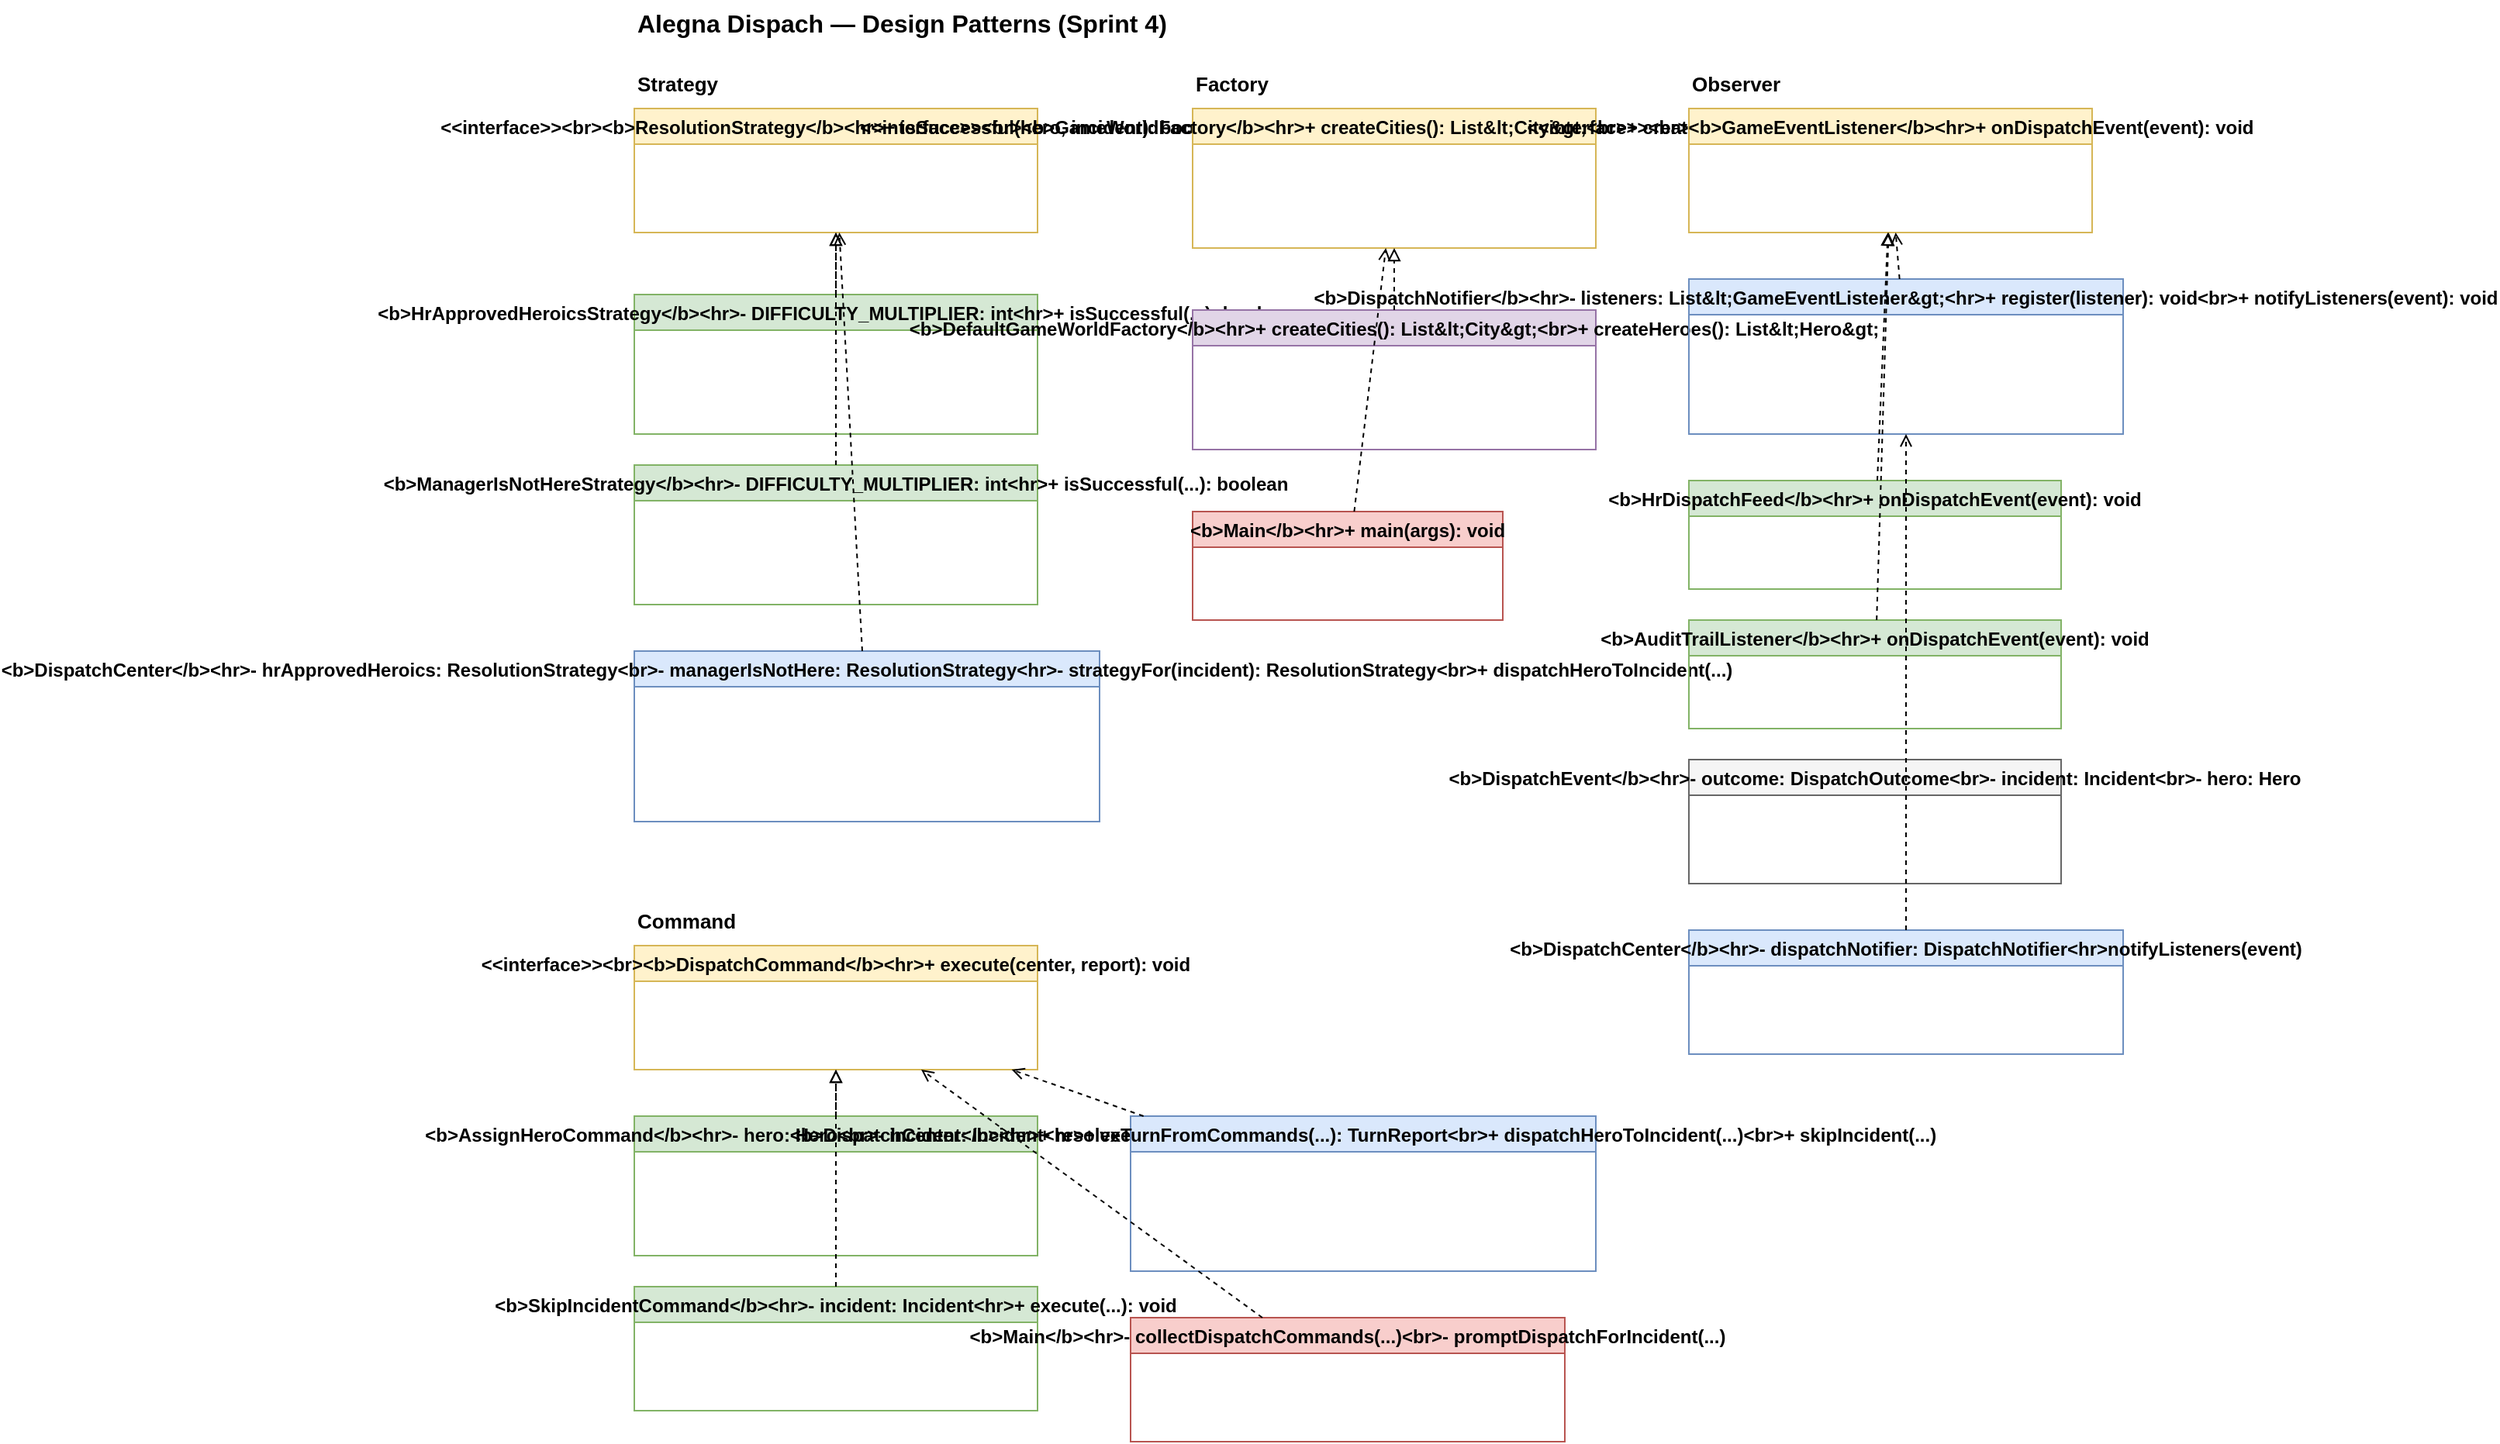
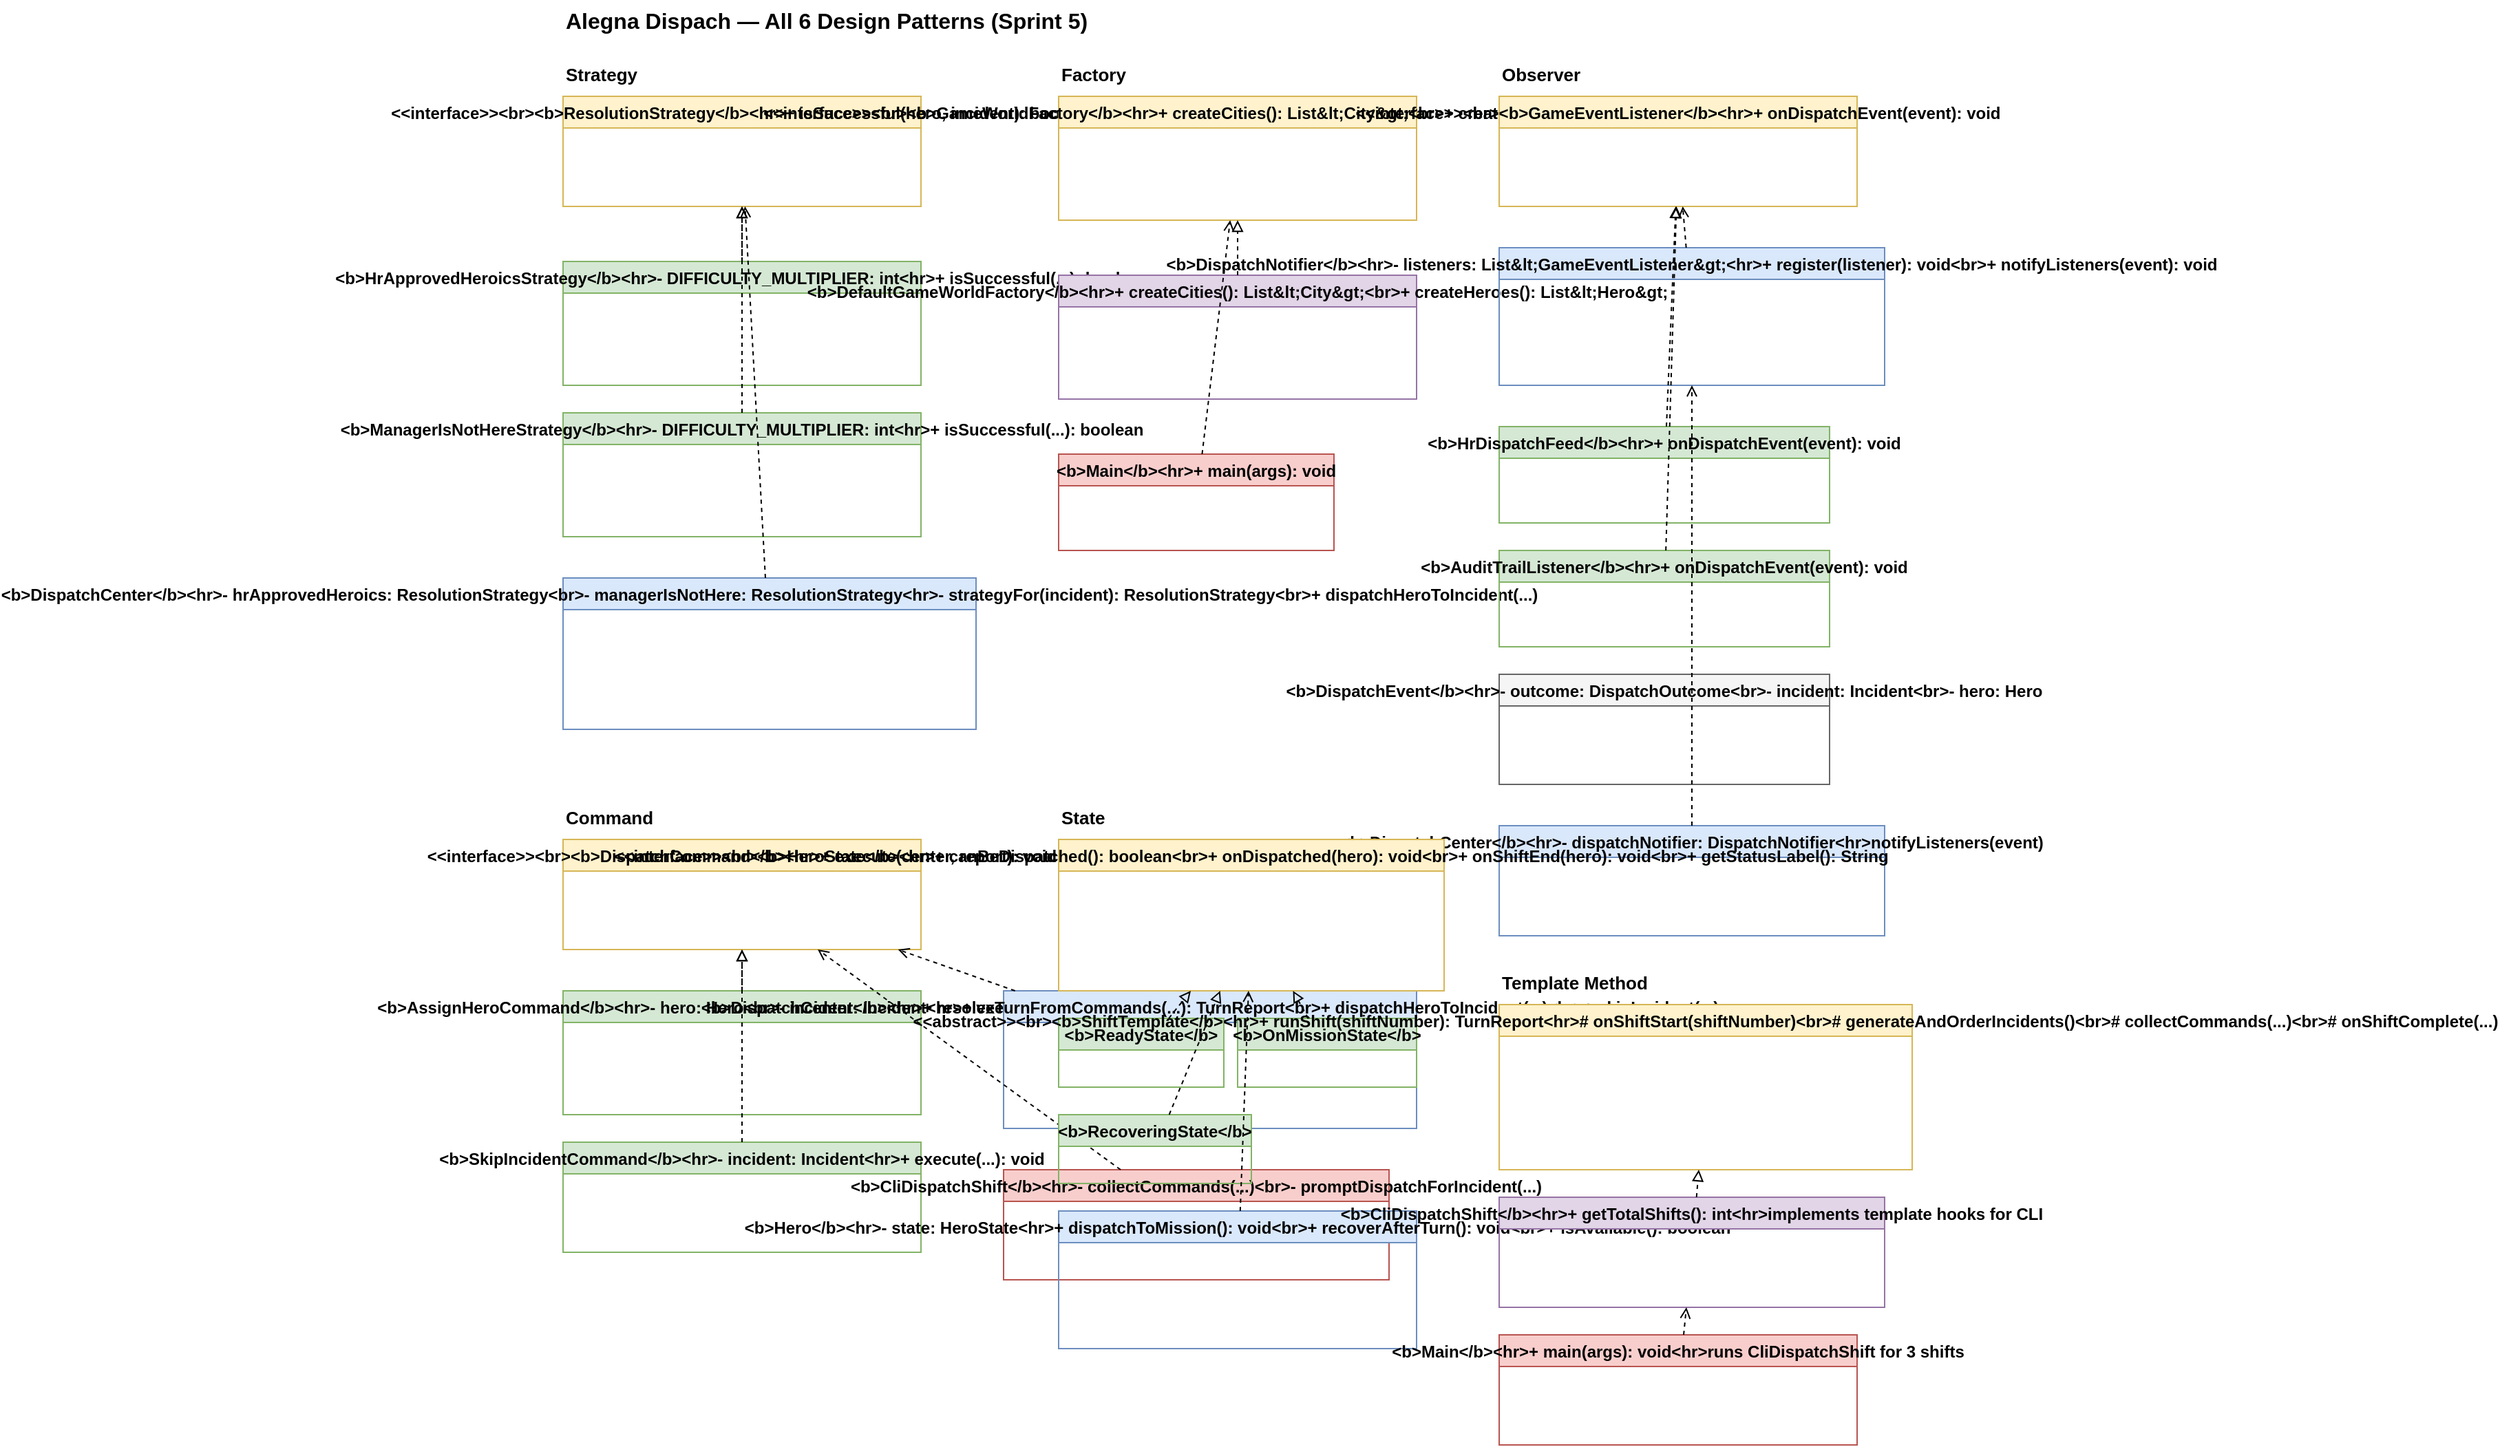
<mxfile host="app.diagrams.net" modified="2026-05-26T17:00:00.000Z" agent="Cursor" version="22.1.0" type="device">
-   <diagram id="all-patterns" name="Design-Patterns-Sprint4">
-     <mxGraphModel dx="1400" dy="900" grid="1" gridSize="10" guides="1" tooltips="1" connect="1" arrows="1" fold="1" page="1" pageScale="1" pageWidth="1400" pageHeight="1100" math="0" shadow="0">
+   <diagram id="all-patterns" name="Design-Patterns-Sprint5-Final">
+     <mxGraphModel dx="1400" dy="900" grid="1" gridSize="10" guides="1" tooltips="1" connect="1" arrows="1" fold="1" page="1" pageScale="1" pageWidth="1400" pageHeight="1400" math="0" shadow="0">
      <root>
        <mxCell id="0"/>
        <mxCell id="1" parent="0"/>

-         <mxCell id="title" value="Alegna Dispach — Design Patterns (Sprint 4)" style="text;html=1;strokeColor=none;fillColor=none;align=left;verticalAlign=middle;fontSize=16;fontStyle=1" vertex="1" parent="1">
+         <mxCell id="title" value="Alegna Dispach — All 6 Design Patterns (Sprint 5)" style="text;html=1;strokeColor=none;fillColor=none;align=left;verticalAlign=middle;fontSize=16;fontStyle=1" vertex="1" parent="1">
          <mxGeometry x="40" y="20" width="500" height="30" as="geometry"/>
        </mxCell>

        <!-- Strategy -->
        <mxCell id="lblS" value="Strategy" style="text;html=1;fontStyle=1;fontSize=13" vertex="1" parent="1">
          <mxGeometry x="40" y="60" width="120" height="24" as="geometry"/>
        </mxCell>
        <mxCell id="RS" value="&lt;&lt;interface&gt;&gt;&lt;br&gt;&lt;b&gt;ResolutionStrategy&lt;/b&gt;&lt;hr&gt;+ isSuccessful(hero, incident): boolean" style="swimlane;fillColor=#fff2cc;strokeColor=#d6b656;" vertex="1" parent="1">
          <mxGeometry x="40" y="90" width="260" height="80" as="geometry"/>
        </mxCell>
        <mxCell id="HR" value="&lt;b&gt;HrApprovedHeroicsStrategy&lt;/b&gt;&lt;hr&gt;- DIFFICULTY_MULTIPLIER: int&lt;hr&gt;+ isSuccessful(...): boolean" style="swimlane;fillColor=#d5e8d4;strokeColor=#82b366;" vertex="1" parent="1">
          <mxGeometry x="40" y="210" width="260" height="90" as="geometry"/>
        </mxCell>
        <mxCell id="MN" value="&lt;b&gt;ManagerIsNotHereStrategy&lt;/b&gt;&lt;hr&gt;- DIFFICULTY_MULTIPLIER: int&lt;hr&gt;+ isSuccessful(...): boolean" style="swimlane;fillColor=#d5e8d4;strokeColor=#82b366;" vertex="1" parent="1">
          <mxGeometry x="40" y="320" width="260" height="90" as="geometry"/>
        </mxCell>
        <mxCell id="DCs" value="&lt;b&gt;DispatchCenter&lt;/b&gt;&lt;hr&gt;- hrApprovedHeroics: ResolutionStrategy&lt;br&gt;- managerIsNotHere: ResolutionStrategy&lt;hr&gt;- strategyFor(incident): ResolutionStrategy&lt;br&gt;+ dispatchHeroToIncident(...)" style="swimlane;fillColor=#dae8fc;strokeColor=#6c8ebf;" vertex="1" parent="1">
          <mxGeometry x="40" y="440" width="300" height="110" as="geometry"/>
        </mxCell>
        <mxCell id="eHR" style="endArrow=block;endFill=0;dashed=1;" edge="1" parent="1" source="HR" target="RS"><mxGeometry relative="1" as="geometry"/></mxCell>
        <mxCell id="eMN" style="endArrow=block;endFill=0;dashed=1;" edge="1" parent="1" source="MN" target="RS"><mxGeometry relative="1" as="geometry"/></mxCell>
        <mxCell id="eDCs" style="endArrow=open;dashed=1;" edge="1" parent="1" source="DCs" target="RS"><mxGeometry relative="1" as="geometry"/></mxCell>

        <!-- Factory -->
        <mxCell id="lblF" value="Factory" style="text;html=1;fontStyle=1;fontSize=13" vertex="1" parent="1">
          <mxGeometry x="400" y="60" width="120" height="24" as="geometry"/>
        </mxCell>
        <mxCell id="GWF" value="&lt;&lt;interface&gt;&gt;&lt;br&gt;&lt;b&gt;GameWorldFactory&lt;/b&gt;&lt;hr&gt;+ createCities(): List&amp;lt;City&amp;gt;&lt;br&gt;+ createHeroes(): List&amp;lt;Hero&amp;gt;" style="swimlane;fillColor=#fff2cc;strokeColor=#d6b656;" vertex="1" parent="1">
          <mxGeometry x="400" y="90" width="260" height="90" as="geometry"/>
        </mxCell>
        <mxCell id="DGW" value="&lt;b&gt;DefaultGameWorldFactory&lt;/b&gt;&lt;hr&gt;+ createCities(): List&amp;lt;City&amp;gt;&lt;br&gt;+ createHeroes(): List&amp;lt;Hero&amp;gt;" style="swimlane;fillColor=#e1d5e7;strokeColor=#9673a6;" vertex="1" parent="1">
          <mxGeometry x="400" y="220" width="260" height="90" as="geometry"/>
        </mxCell>
        <mxCell id="MainF" value="&lt;b&gt;Main&lt;/b&gt;&lt;hr&gt;+ main(args): void" style="swimlane;fillColor=#f8cecc;strokeColor=#b85450;" vertex="1" parent="1">
          <mxGeometry x="400" y="350" width="200" height="70" as="geometry"/>
        </mxCell>
        <mxCell id="eDGW" style="endArrow=block;endFill=0;dashed=1;" edge="1" parent="1" source="DGW" target="GWF"><mxGeometry relative="1" as="geometry"/></mxCell>
        <mxCell id="eMainF" style="endArrow=open;dashed=1;" edge="1" parent="1" source="MainF" target="GWF"><mxGeometry relative="1" as="geometry"/></mxCell>

        <!-- Observer -->
        <mxCell id="lblO" value="Observer" style="text;html=1;fontStyle=1;fontSize=13" vertex="1" parent="1">
          <mxGeometry x="720" y="60" width="120" height="24" as="geometry"/>
        </mxCell>
        <mxCell id="GEL" value="&lt;&lt;interface&gt;&gt;&lt;br&gt;&lt;b&gt;GameEventListener&lt;/b&gt;&lt;hr&gt;+ onDispatchEvent(event): void" style="swimlane;fillColor=#fff2cc;strokeColor=#d6b656;" vertex="1" parent="1">
          <mxGeometry x="720" y="90" width="260" height="80" as="geometry"/>
        </mxCell>
        <mxCell id="DN" value="&lt;b&gt;DispatchNotifier&lt;/b&gt;&lt;hr&gt;- listeners: List&amp;lt;GameEventListener&amp;gt;&lt;hr&gt;+ register(listener): void&lt;br&gt;+ notifyListeners(event): void" style="swimlane;fillColor=#dae8fc;strokeColor=#6c8ebf;" vertex="1" parent="1">
          <mxGeometry x="720" y="200" width="280" height="100" as="geometry"/>
        </mxCell>
        <mxCell id="HRF" value="&lt;b&gt;HrDispatchFeed&lt;/b&gt;&lt;hr&gt;+ onDispatchEvent(event): void" style="swimlane;fillColor=#d5e8d4;strokeColor=#82b366;" vertex="1" parent="1">
          <mxGeometry x="720" y="330" width="240" height="70" as="geometry"/>
        </mxCell>
        <mxCell id="ATL" value="&lt;b&gt;AuditTrailListener&lt;/b&gt;&lt;hr&gt;+ onDispatchEvent(event): void" style="swimlane;fillColor=#d5e8d4;strokeColor=#82b366;" vertex="1" parent="1">
          <mxGeometry x="720" y="420" width="240" height="70" as="geometry"/>
        </mxCell>
        <mxCell id="DE" value="&lt;b&gt;DispatchEvent&lt;/b&gt;&lt;hr&gt;- outcome: DispatchOutcome&lt;br&gt;- incident: Incident&lt;br&gt;- hero: Hero" style="swimlane;fillColor=#f5f5f5;strokeColor=#666666;" vertex="1" parent="1">
          <mxGeometry x="720" y="510" width="240" height="80" as="geometry"/>
        </mxCell>
        <mxCell id="DCo" value="&lt;b&gt;DispatchCenter&lt;/b&gt;&lt;hr&gt;- dispatchNotifier: DispatchNotifier&lt;hr&gt;notifyListeners(event)" style="swimlane;fillColor=#dae8fc;strokeColor=#6c8ebf;" vertex="1" parent="1">
          <mxGeometry x="720" y="620" width="280" height="80" as="geometry"/>
        </mxCell>
        <mxCell id="eHRF" style="endArrow=block;endFill=0;dashed=1;" edge="1" parent="1" source="HRF" target="GEL"><mxGeometry relative="1" as="geometry"/></mxCell>
        <mxCell id="eATL" style="endArrow=block;endFill=0;dashed=1;" edge="1" parent="1" source="ATL" target="GEL"><mxGeometry relative="1" as="geometry"/></mxCell>
        <mxCell id="eDN1" style="endArrow=open;dashed=1;" edge="1" parent="1" source="DN" target="GEL"><mxGeometry relative="1" as="geometry"/></mxCell>
        <mxCell id="eDCo" style="endArrow=open;dashed=1;" edge="1" parent="1" source="DCo" target="DN"><mxGeometry relative="1" as="geometry"/></mxCell>

        <!-- Command -->
        <mxCell id="lblC" value="Command" style="text;html=1;fontStyle=1;fontSize=13" vertex="1" parent="1">
          <mxGeometry x="40" y="600" width="120" height="24" as="geometry"/>
        </mxCell>
        <mxCell id="DCmd" value="&lt;&lt;interface&gt;&gt;&lt;br&gt;&lt;b&gt;DispatchCommand&lt;/b&gt;&lt;hr&gt;+ execute(center, report): void" style="swimlane;fillColor=#fff2cc;strokeColor=#d6b656;" vertex="1" parent="1">
          <mxGeometry x="40" y="630" width="260" height="80" as="geometry"/>
        </mxCell>
        <mxCell id="AHC" value="&lt;b&gt;AssignHeroCommand&lt;/b&gt;&lt;hr&gt;- hero: Hero&lt;br&gt;- incident: Incident&lt;hr&gt;+ execute(...): void" style="swimlane;fillColor=#d5e8d4;strokeColor=#82b366;" vertex="1" parent="1">
          <mxGeometry x="40" y="740" width="260" height="90" as="geometry"/>
        </mxCell>
        <mxCell id="SIC" value="&lt;b&gt;SkipIncidentCommand&lt;/b&gt;&lt;hr&gt;- incident: Incident&lt;hr&gt;+ execute(...): void" style="swimlane;fillColor=#d5e8d4;strokeColor=#82b366;" vertex="1" parent="1">
          <mxGeometry x="40" y="850" width="260" height="80" as="geometry"/>
        </mxCell>
        <mxCell id="DCc" value="&lt;b&gt;DispatchCenter&lt;/b&gt;&lt;hr&gt;+ resolveTurnFromCommands(...): TurnReport&lt;br&gt;+ dispatchHeroToIncident(...)&lt;br&gt;+ skipIncident(...)" style="swimlane;fillColor=#dae8fc;strokeColor=#6c8ebf;" vertex="1" parent="1">
          <mxGeometry x="360" y="740" width="300" height="100" as="geometry"/>
        </mxCell>
-         <mxCell id="MainC" value="&lt;b&gt;Main&lt;/b&gt;&lt;hr&gt;- collectDispatchCommands(...)&lt;br&gt;- promptDispatchForIncident(...)" style="swimlane;fillColor=#f8cecc;strokeColor=#b85450;" vertex="1" parent="1">
+         <mxCell id="MainC" value="&lt;b&gt;CliDispatchShift&lt;/b&gt;&lt;hr&gt;- collectCommands(...)&lt;br&gt;- promptDispatchForIncident(...)" style="swimlane;fillColor=#f8cecc;strokeColor=#b85450;" vertex="1" parent="1">
          <mxGeometry x="360" y="870" width="280" height="80" as="geometry"/>
        </mxCell>
        <mxCell id="eAHC" style="endArrow=block;endFill=0;dashed=1;" edge="1" parent="1" source="AHC" target="DCmd"><mxGeometry relative="1" as="geometry"/></mxCell>
        <mxCell id="eSIC" style="endArrow=block;endFill=0;dashed=1;" edge="1" parent="1" source="SIC" target="DCmd"><mxGeometry relative="1" as="geometry"/></mxCell>
        <mxCell id="eMainC" style="endArrow=open;dashed=1;" edge="1" parent="1" source="MainC" target="DCmd"><mxGeometry relative="1" as="geometry"/></mxCell>
        <mxCell id="eDCc" style="endArrow=open;dashed=1;" edge="1" parent="1" source="DCc" target="DCmd"><mxGeometry relative="1" as="geometry"/></mxCell>
+ 
+         <!-- State -->
+         <mxCell id="lblSt" value="State" style="text;html=1;fontStyle=1;fontSize=13" vertex="1" parent="1">
+           <mxGeometry x="400" y="600" width="120" height="24" as="geometry"/>
+         </mxCell>
+         <mxCell id="HS" value="&lt;&lt;interface&gt;&gt;&lt;br&gt;&lt;b&gt;HeroState&lt;/b&gt;&lt;hr&gt;+ canBeDispatched(): boolean&lt;br&gt;+ onDispatched(hero): void&lt;br&gt;+ onShiftEnd(hero): void&lt;br&gt;+ getStatusLabel(): String" style="swimlane;fillColor=#fff2cc;strokeColor=#d6b656;" vertex="1" parent="1">
+           <mxGeometry x="400" y="630" width="280" height="110" as="geometry"/>
+         </mxCell>
+         <mxCell id="RDY" value="&lt;b&gt;ReadyState&lt;/b&gt;" style="swimlane;fillColor=#d5e8d4;strokeColor=#82b366;" vertex="1" parent="1">
+           <mxGeometry x="400" y="760" width="120" height="50" as="geometry"/>
+         </mxCell>
+         <mxCell id="OMS" value="&lt;b&gt;OnMissionState&lt;/b&gt;" style="swimlane;fillColor=#d5e8d4;strokeColor=#82b366;" vertex="1" parent="1">
+           <mxGeometry x="530" y="760" width="130" height="50" as="geometry"/>
+         </mxCell>
+         <mxCell id="RCV" value="&lt;b&gt;RecoveringState&lt;/b&gt;" style="swimlane;fillColor=#d5e8d4;strokeColor=#82b366;" vertex="1" parent="1">
+           <mxGeometry x="400" y="830" width="140" height="50" as="geometry"/>
+         </mxCell>
+         <mxCell id="HeroSt" value="&lt;b&gt;Hero&lt;/b&gt;&lt;hr&gt;- state: HeroState&lt;hr&gt;+ dispatchToMission(): void&lt;br&gt;+ recoverAfterTurn(): void&lt;br&gt;+ isAvailable(): boolean" style="swimlane;fillColor=#dae8fc;strokeColor=#6c8ebf;" vertex="1" parent="1">
+           <mxGeometry x="400" y="900" width="260" height="100" as="geometry"/>
+         </mxCell>
+         <mxCell id="eRDY" style="endArrow=block;endFill=0;dashed=1;" edge="1" parent="1" source="RDY" target="HS"><mxGeometry relative="1" as="geometry"/></mxCell>
+         <mxCell id="eOMS" style="endArrow=block;endFill=0;dashed=1;" edge="1" parent="1" source="OMS" target="HS"><mxGeometry relative="1" as="geometry"/></mxCell>
+         <mxCell id="eRCV" style="endArrow=block;endFill=0;dashed=1;" edge="1" parent="1" source="RCV" target="HS"><mxGeometry relative="1" as="geometry"/></mxCell>
+         <mxCell id="eHeroSt" style="endArrow=open;dashed=1;" edge="1" parent="1" source="HeroSt" target="HS"><mxGeometry relative="1" as="geometry"/></mxCell>
+ 
+         <!-- Template Method -->
+         <mxCell id="lblTM" value="Template Method" style="text;html=1;fontStyle=1;fontSize=13" vertex="1" parent="1">
+           <mxGeometry x="720" y="720" width="160" height="24" as="geometry"/>
+         </mxCell>
+         <mxCell id="ST" value="&lt;&lt;abstract&gt;&gt;&lt;br&gt;&lt;b&gt;ShiftTemplate&lt;/b&gt;&lt;hr&gt;+ runShift(shiftNumber): TurnReport&lt;hr&gt;# onShiftStart(shiftNumber)&lt;br&gt;# generateAndOrderIncidents()&lt;br&gt;# collectCommands(...)&lt;br&gt;# onShiftComplete(...)" style="swimlane;fillColor=#fff2cc;strokeColor=#d6b656;" vertex="1" parent="1">
+           <mxGeometry x="720" y="750" width="300" height="120" as="geometry"/>
+         </mxCell>
+         <mxCell id="CDS" value="&lt;b&gt;CliDispatchShift&lt;/b&gt;&lt;hr&gt;+ getTotalShifts(): int&lt;hr&gt;implements template hooks for CLI" style="swimlane;fillColor=#e1d5e7;strokeColor=#9673a6;" vertex="1" parent="1">
+           <mxGeometry x="720" y="890" width="280" height="80" as="geometry"/>
+         </mxCell>
+         <mxCell id="MainTM" value="&lt;b&gt;Main&lt;/b&gt;&lt;hr&gt;+ main(args): void&lt;hr&gt;runs CliDispatchShift for 3 shifts" style="swimlane;fillColor=#f8cecc;strokeColor=#b85450;" vertex="1" parent="1">
+           <mxGeometry x="720" y="990" width="260" height="80" as="geometry"/>
+         </mxCell>
+         <mxCell id="eCDS" style="endArrow=block;endFill=0;dashed=1;html=1;" edge="1" parent="1" source="CDS" target="ST"><mxGeometry relative="1" as="geometry"/></mxCell>
+         <mxCell id="eMainTM" style="endArrow=open;dashed=1;" edge="1" parent="1" source="MainTM" target="CDS"><mxGeometry relative="1" as="geometry"/></mxCell>
      </root>
    </mxGraphModel>
  </diagram>
</mxfile>
